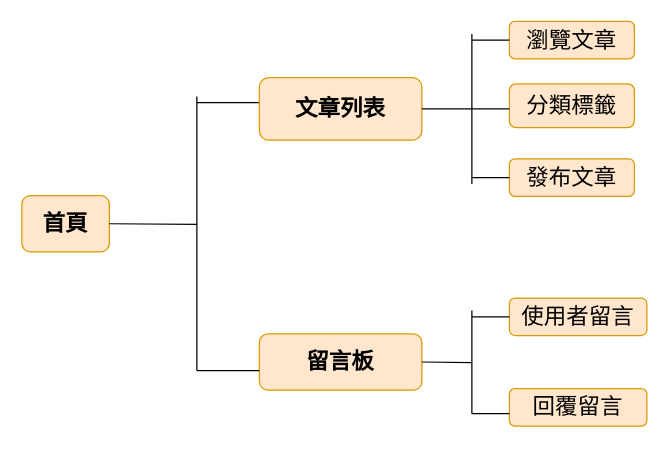
Above: manual/architecture/互動平台架構圖.drawio in IIIEDUG02/SpecialTopic (draw.io), before the change. Source tidied: cells renumbered, new cells numbered last; positions are measured from the earlier drawing's top-left corner, leaving out a move shared by most shapes. Both pictures are drawn from the tidied source at 125%, with x=0, y=0 at pixel (21, 21).
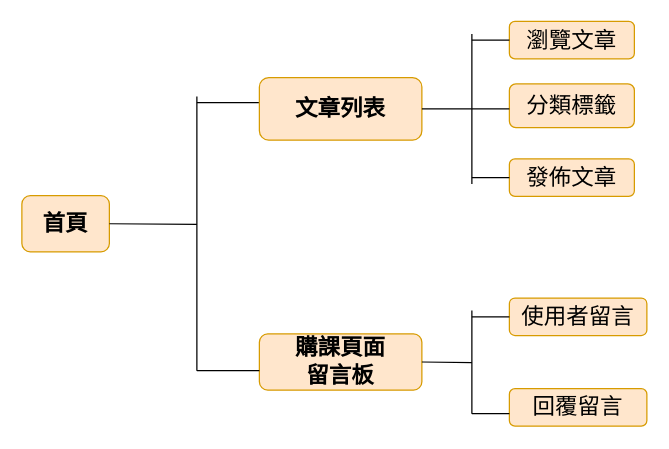
The same diagram, later.

Commit message:
更新互動平台架構圖

The edit, as a diff of the source:
```diff
@@
-    <mxCell id="7" value="&lt;b&gt;&lt;font style=&quot;font-size: 18px&quot;&gt;留言板&lt;/font&gt;&lt;/b&gt;" style="rounded=1;whiteSpace=wrap;html=1;fontFamily=Comic Sans MS;fillColor=#ffe6cc;strokeColor=#d79b00;" parent="1" vertex="1">
+    <mxCell id="7" value="&lt;b&gt;&lt;font style=&quot;font-size: 18px&quot;&gt;購課頁面&lt;br&gt;留言板&lt;/font&gt;&lt;/b&gt;" style="rounded=1;whiteSpace=wrap;html=1;fontFamily=Comic Sans MS;fillColor=#ffe6cc;strokeColor=#d79b00;" parent="1" vertex="1">
       <mxGeometry x="190" y="249.6" width="130" height="45" as="geometry" />
     </mxCell>
@@
-    <mxCell id="12" value="&lt;font style=&quot;font-size: 18px&quot;&gt;發布文章&lt;/font&gt;" style="rounded=1;whiteSpace=wrap;html=1;fontFamily=Comic Sans MS;fontSize=18;fillColor=#ffe6cc;strokeColor=#d79b00;" parent="1" vertex="1">
+    <mxCell id="12" value="&lt;font style=&quot;font-size: 18px&quot;&gt;發佈文章&lt;/font&gt;" style="rounded=1;whiteSpace=wrap;html=1;fontFamily=Comic Sans MS;fontSize=18;fillColor=#ffe6cc;strokeColor=#d79b00;" parent="1" vertex="1">
       <mxGeometry x="390" y="109.6" width="100" height="30" as="geometry" />
     </mxCell>
```
